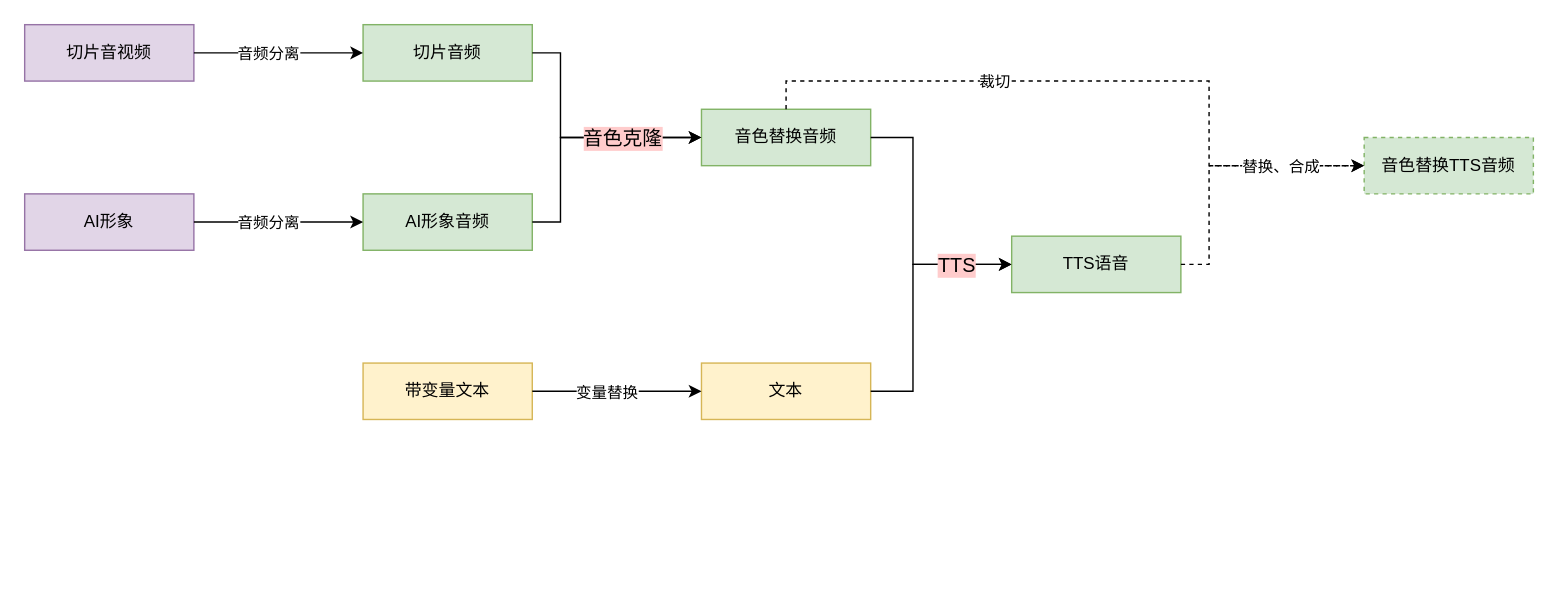
The draw.io diagram page "第 3 页" (3 of 4) of draw.io/数字人1.drawio in straicat/netdisk, before the edit. Source tidied: cells renumbered, new cells numbered last; positions are measured from the earlier drawing's top-left corner, leaving out a move shared by most shapes. Both pictures are drawn from the tidied source at 141%, with x=0, y=0 at pixel (24, 24).
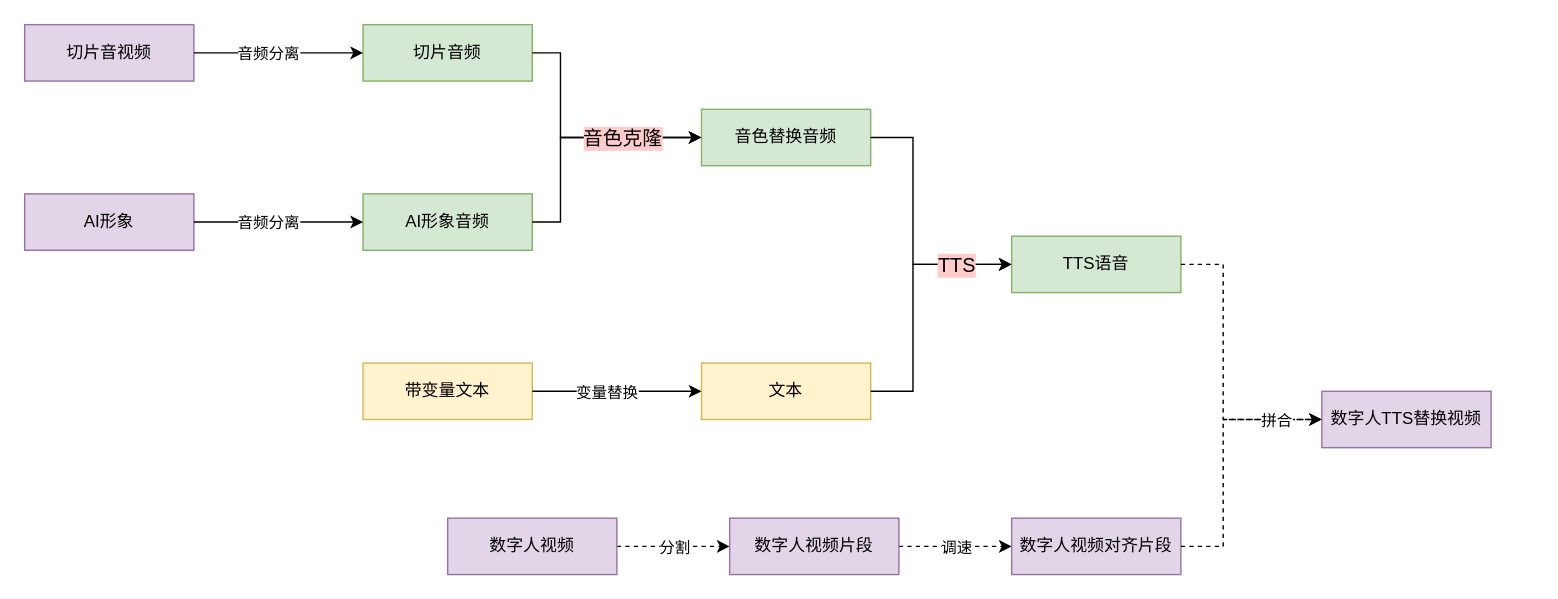
The same page after the edit.

Commit message:
更新数字人1.drawio

Unchanged cells that the change refers to:
```xml
<mxCell id="8" value="音色替换音频" style="rounded=0;whiteSpace=wrap;html=1;fillColor=#d5e8d4;strokeColor=#82b366;" parent="1" vertex="1">
  <mxGeometry x="480" y="60" width="120" height="40" as="geometry" />
</mxCell>
<mxCell id="19" value="TTS语音" style="rounded=0;whiteSpace=wrap;html=1;fillColor=#d5e8d4;strokeColor=#82b366;" parent="1" vertex="1">
  <mxGeometry x="700" y="150" width="120" height="40" as="geometry" />
</mxCell>
```

What changed in the source:
```diff
@@
-    <mxCell id="22" style="endArrow=classic;html=1;rounded=0;exitX=0.5;exitY=0;exitDx=0;exitDy=0;entryX=0;entryY=0.5;entryDx=0;entryDy=0;dashed=1;" parent="1" edge="1" source="8" target="24">
-      <mxGeometry relative="1" as="geometry">
-        <Array as="points">
-          <mxPoint x="540" y="40" />
-          <mxPoint x="840" y="40" />
-          <mxPoint x="840" y="100" />
-        </Array>
-      </mxGeometry>
-    </mxCell>
-    <mxCell id="23" value="裁切" style="edgeLabel;html=1;align=center;verticalAlign=middle;" parent="22" vertex="1">
-      <mxGeometry x="-0.46" y="1" relative="1" as="geometry">
-        <mxPoint x="35" y="1" as="offset" />
-      </mxGeometry>
-    </mxCell>
-    <mxCell id="24" value="音色替换TTS音频" style="rounded=0;whiteSpace=wrap;html=1;fillColor=#d5e8d4;strokeColor=#82b366;dashed=1;" parent="1" vertex="1">
-      <mxGeometry x="950" y="80" width="120" height="40" as="geometry" />
-    </mxCell>
-    <mxCell id="25" style="endArrow=classic;html=1;rounded=0;exitX=1;exitY=0.5;exitDx=0;exitDy=0;entryX=0;entryY=0.5;entryDx=0;entryDy=0;dashed=1;" parent="1" edge="1" source="19" target="24">
-      <mxGeometry relative="1" as="geometry">
-        <Array as="points">
-          <mxPoint x="840" y="170" />
-          <mxPoint x="840" y="100" />
-        </Array>
-      </mxGeometry>
-    </mxCell>
-    <mxCell id="26" value="替换、合成" style="edgeLabel;html=1;align=center;verticalAlign=middle;" parent="25" vertex="1">
-      <mxGeometry x="0.28" y="1" relative="1" as="geometry">
-        <mxPoint x="12" y="1" as="offset" />
-      </mxGeometry>
-    </mxCell>
+    <mxCell id="27" style="edgeStyle=orthogonalEdgeStyle;rounded=0;jettySize=auto;html=1;dashed=1;" parent="1" edge="1" source="29" target="32">
+      <mxGeometry relative="1" as="geometry" />
+    </mxCell>
+    <mxCell id="28" value="分割" style="edgeLabel;html=1;align=center;verticalAlign=middle;" parent="27" vertex="1">
+      <mxGeometry x="-0.13" y="-1" relative="1" as="geometry">
+        <mxPoint x="5" y="-1" as="offset" />
+      </mxGeometry>
+    </mxCell>
+    <mxCell id="29" value="数字人视频" style="rounded=0;whiteSpace=wrap;html=1;fillColor=#e1d5e7;strokeColor=#9673a6;" parent="1" vertex="1">
+      <mxGeometry x="300" y="350" width="120" height="40" as="geometry" />
+    </mxCell>
+    <mxCell id="30" style="edgeStyle=orthogonalEdgeStyle;rounded=0;jettySize=auto;html=1;dashed=1;" parent="1" edge="1" source="32" target="33">
+      <mxGeometry relative="1" as="geometry" />
+    </mxCell>
+    <mxCell id="31" value="调速" style="edgeLabel;html=1;align=center;verticalAlign=middle;" parent="30" vertex="1">
+      <mxGeometry x="-0.3" y="-1" relative="1" as="geometry">
+        <mxPoint x="12" y="-1" as="offset" />
+      </mxGeometry>
+    </mxCell>
+    <mxCell id="32" value="数字人视频片段" style="rounded=0;whiteSpace=wrap;html=1;fillColor=#e1d5e7;strokeColor=#9673a6;" parent="1" vertex="1">
+      <mxGeometry x="500" y="350" width="120" height="40" as="geometry" />
+    </mxCell>
+    <mxCell id="33" value="数字人视频对齐片段" style="rounded=0;whiteSpace=wrap;html=1;fillColor=#e1d5e7;strokeColor=#9673a6;" parent="1" vertex="1">
+      <mxGeometry x="700" y="350" width="120" height="40" as="geometry" />
+    </mxCell>
+    <mxCell id="34" value="数字人TTS替换视频" style="rounded=0;whiteSpace=wrap;html=1;fillColor=#e1d5e7;strokeColor=#9673a6;" parent="1" vertex="1">
+      <mxGeometry x="920" y="260" width="120" height="40" as="geometry" />
+    </mxCell>
+    <mxCell id="35" style="endArrow=classic;html=1;rounded=0;exitX=1;exitY=0.5;exitDx=0;exitDy=0;entryX=0;entryY=0.5;entryDx=0;entryDy=0;dashed=1;" parent="1" edge="1" source="19" target="34">
+      <mxGeometry relative="1" as="geometry">
+        <Array as="points">
+          <mxPoint x="850" y="170" />
+          <mxPoint x="850" y="280" />
+        </Array>
+      </mxGeometry>
+    </mxCell>
+    <mxCell id="36" style="endArrow=classic;html=1;rounded=0;exitX=1;exitY=0.5;exitDx=0;exitDy=0;entryX=0;entryY=0.5;entryDx=0;entryDy=0;dashed=1;" parent="1" edge="1" source="33" target="34">
+      <mxGeometry relative="1" as="geometry">
+        <Array as="points">
+          <mxPoint x="850" y="370" />
+          <mxPoint x="850" y="280" />
+        </Array>
+      </mxGeometry>
+    </mxCell>
+    <mxCell id="37" value="拼合" style="edgeLabel;html=1;align=center;verticalAlign=middle;" parent="36" vertex="1">
+      <mxGeometry x="0.56" relative="1" as="geometry">
+        <mxPoint x="9" as="offset" />
+      </mxGeometry>
+    </mxCell>
```
